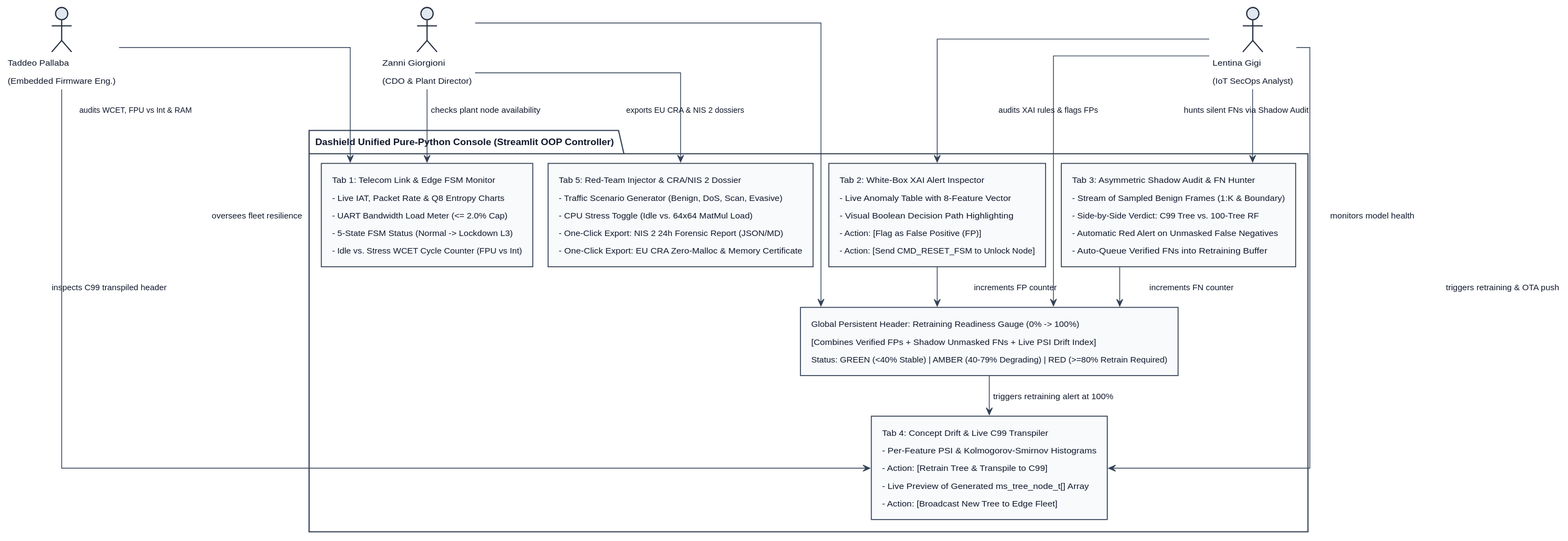
The PlantUML diagram puml/des-03-dashield-ux-tabs.svg in unibo-dtm-se-2223-microshield/report, before a commit.
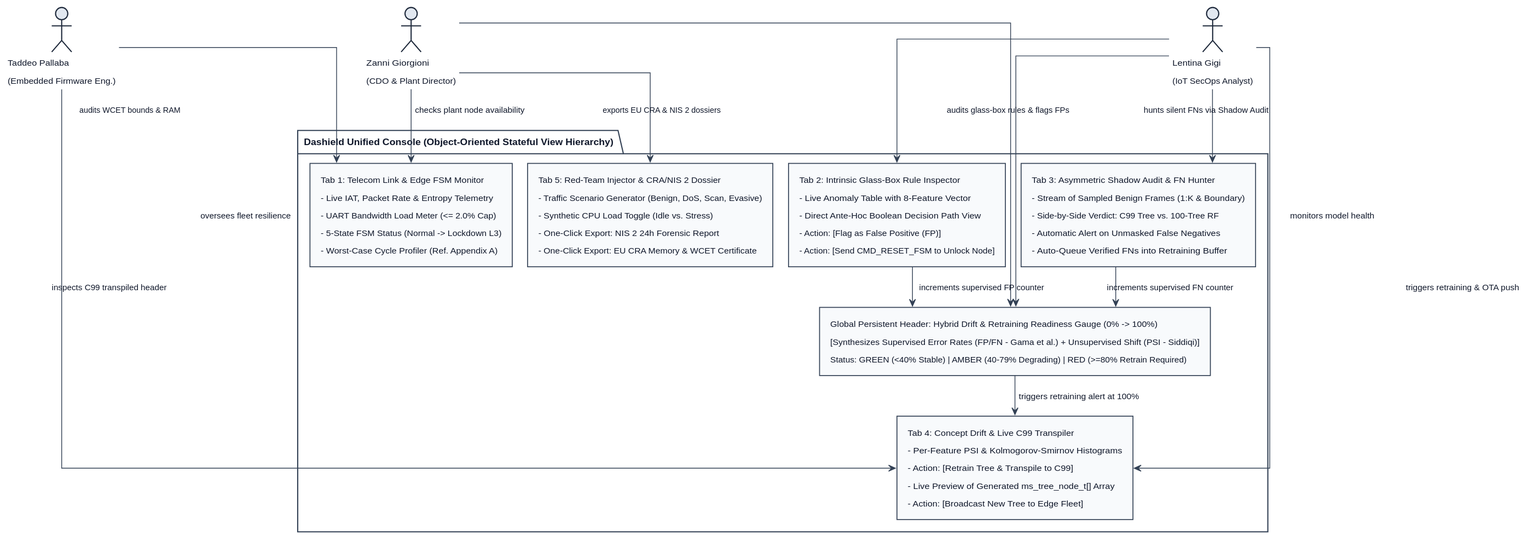
The same file after the commit.

Commit message:
docs(design): refine nominal vs effective bounds, glass-box theory, and drift index

Change to the diagram source:
```diff
@@ -42,33 +42,33 @@
 actor "Lentina Gigi\n(IoT SecOps Analyst)" as Lentina
 actor "Zanni Giorgioni\n(CDO & Plant Director)" as Zanni
 
-package "Dashield Unified Pure-Python Console (Streamlit OOP Controller)" as DashieldUI {
+package "Dashield Unified Console (Object-Oriented Stateful View Hierarchy)" as DashieldUI {
 
-    rectangle "Global Persistent Header: Retraining Readiness Gauge (0% -> 100%)\n[Combines Verified FPs + Shadow Unmasked FNs + Live PSI Drift Index]\nStatus: GREEN (<40% Stable) | AMBER (40-79% Degrading) | RED (>=80% Retrain Required)" as GlobalGauge
+    rectangle "Global Persistent Header: Hybrid Drift & Retraining Readiness Gauge (0% -> 100%)\n[Synthesizes Supervised Error Rates (FP/FN - Gama et al.) + Unsupervised Shift (PSI - Siddiqi)]\nStatus: GREEN (<40% Stable) | AMBER (40-79% Degrading) | RED (>=80% Retrain Required)" as GlobalGauge
 
-    rectangle "Tab 1: Telecom Link & Edge FSM Monitor\n- Live IAT, Packet Rate & Q8 Entropy Charts\n- UART Bandwidth Load Meter (<= 2.0% Cap)\n- 5-State FSM Status (Normal -> Lockdown L3)\n- Idle vs. Stress WCET Cycle Counter (FPU vs Int)" as Tab1
+    rectangle "Tab 1: Telecom Link & Edge FSM Monitor\n- Live IAT, Packet Rate & Entropy Telemetry\n- UART Bandwidth Load Meter (<= 2.0% Cap)\n- 5-State FSM Status (Normal -> Lockdown L3)\n- Worst-Case Cycle Profiler (Ref. Appendix A)" as Tab1
 
-    rectangle "Tab 2: White-Box XAI Alert Inspector\n- Live Anomaly Table with 8-Feature Vector\n- Visual Boolean Decision Path Highlighting\n- Action: [Flag as False Positive (FP)]\n- Action: [Send CMD_RESET_FSM to Unlock Node]" as Tab2
+    rectangle "Tab 2: Intrinsic Glass-Box Rule Inspector\n- Live Anomaly Table with 8-Feature Vector\n- Direct Ante-Hoc Boolean Decision Path View\n- Action: [Flag as False Positive (FP)]\n- Action: [Send CMD_RESET_FSM to Unlock Node]" as Tab2
 
-    rectangle "Tab 3: Asymmetric Shadow Audit & FN Hunter\n- Stream of Sampled Benign Frames (1:K & Boundary)\n- Side-by-Side Verdict: C99 Tree vs. 100-Tree RF\n- Automatic Red Alert on Unmasked False Negatives\n- Auto-Queue Verified FNs into Retraining Buffer" as Tab3
+    rectangle "Tab 3: Asymmetric Shadow Audit & FN Hunter\n- Stream of Sampled Benign Frames (1:K & Boundary)\n- Side-by-Side Verdict: C99 Tree vs. 100-Tree RF\n- Automatic Alert on Unmasked False Negatives\n- Auto-Queue Verified FNs into Retraining Buffer" as Tab3
 
     rectangle "Tab 4: Concept Drift & Live C99 Transpiler\n- Per-Feature PSI & Kolmogorov-Smirnov Histograms\n- Action: [Retrain Tree & Transpile to C99]\n- Live Preview of Generated ms_tree_node_t[] Array\n- Action: [Broadcast New Tree to Edge Fleet]" as Tab4
 
-    rectangle "Tab 5: Red-Team Injector & CRA/NIS 2 Dossier\n- Traffic Scenario Generator (Benign, DoS, Scan, Evasive)\n- CPU Stress Toggle (Idle vs. 64x64 MatMul Load)\n- One-Click Export: NIS 2 24h Forensic Report (JSON/MD)\n- One-Click Export: EU CRA Zero-Malloc & Memory Certificate" as Tab5
+    rectangle "Tab 5: Red-Team Injector & CRA/NIS 2 Dossier\n- Traffic Scenario Generator (Benign, DoS, Scan, Evasive)\n- Synthetic CPU Load Toggle (Idle vs. Stress)\n- One-Click Export: NIS 2 24h Forensic Report\n- One-Click Export: EU CRA Memory & WCET Certificate" as Tab5
 }
 
-Taddeo --> Tab1 : audits WCET, FPU vs Int & RAM
+Taddeo --> Tab1 : audits WCET bounds & RAM
 Taddeo --> Tab4 : inspects C99 transpiled header
 Lentina --> GlobalGauge : monitors model health
-Lentina --> Tab2 : audits XAI rules & flags FPs
+Lentina --> Tab2 : audits glass-box rules & flags FPs
 Lentina --> Tab3 : hunts silent FNs via Shadow Audit
 Lentina --> Tab4 : triggers retraining & OTA push
 Zanni --> GlobalGauge : oversees fleet resilience
 Zanni --> Tab1 : checks plant node availability
 Zanni --> Tab5 : exports EU CRA & NIS 2 dossiers
 
-Tab2 --> GlobalGauge : increments FP counter
-Tab3 --> GlobalGauge : increments FN counter
+Tab2 --> GlobalGauge : increments supervised FP counter
+Tab3 --> GlobalGauge : increments supervised FN counter
 GlobalGauge --> Tab4 : triggers retraining alert at 100%
 
 @enduml
```
